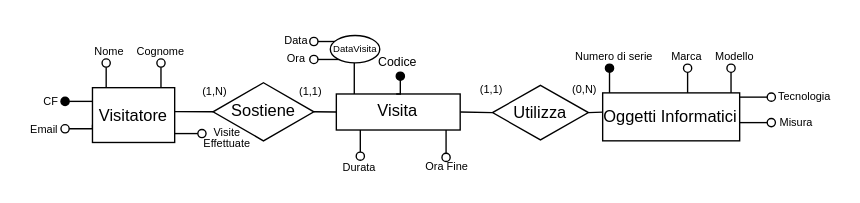
Above: WP1/Pattern/Relazione Binaria Visita/RelazioneBinariaVisitaDopo.drawio in pnocerino/BasiDiDati (draw.io), before the change. Source tidied: cells renumbered, new cells numbered last; positions are measured from the earlier drawing's top-left corner, leaving out a move shared by most shapes. Both pictures are drawn from the tidied source at 137%, with x=0, y=0 at pixel (23, 27).
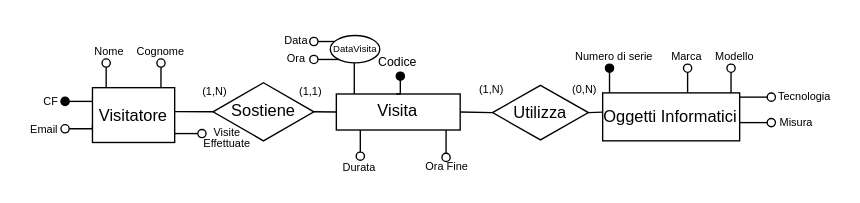
Above is the later version.

Change to the diagram source:
```diff
@@
-    <mxCell id="22" value="&lt;span style=&quot;font-size: 8px;&quot;&gt;(1,1)&lt;/span&gt;" style="text;html=1;align=center;verticalAlign=middle;whiteSpace=wrap;rounded=1;strokeColor=none;glass=0;" parent="1" vertex="1">
+    <mxCell id="22" value="&lt;span style=&quot;font-size: 8px;&quot;&gt;(1,N)&lt;/span&gt;" style="text;html=1;align=center;verticalAlign=middle;whiteSpace=wrap;rounded=1;strokeColor=none;glass=0;" parent="1" vertex="1">
       <mxGeometry x="330" y="40.9" width="22.5" height="6.8" as="geometry" />
     </mxCell>
```
